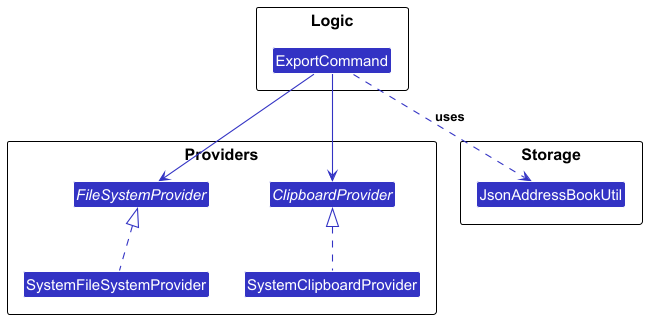
Earlier version of the PlantUML export docs/images/ExportCommandClassDiagram.png (pohanson/tp).
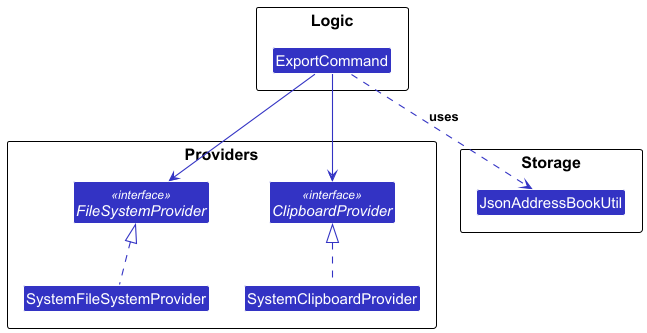
The same file after the commit.

Commit message:
Add proper interface notation and update png

What changed in the source:
```diff
@@ -9,9 +9,9 @@
 }
 
 package "Providers" {
-    interface ClipboardProvider
+    interface ClipboardProvider <<interface>>
     class SystemClipboardProvider
-    interface FileSystemProvider
+    interface FileSystemProvider <<interface>>
     class SystemFileSystemProvider
 }
 
```
